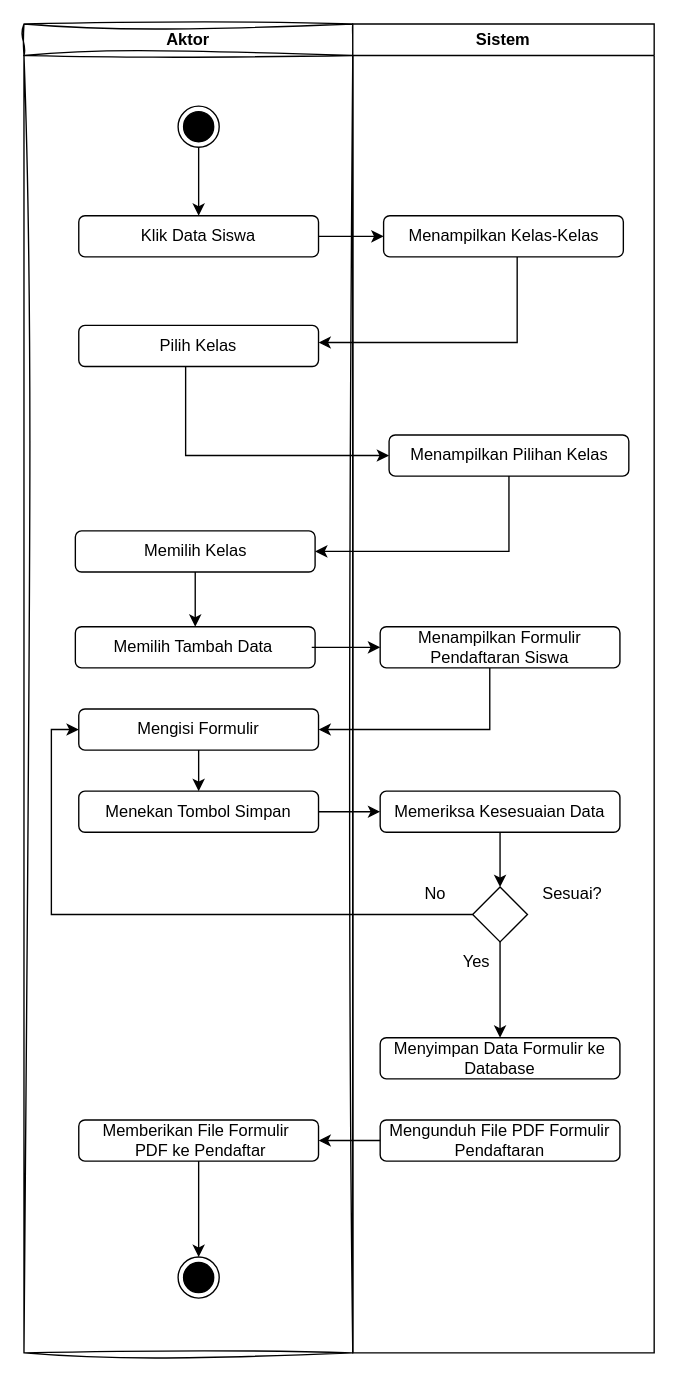
Before: Cros Functional Tambah Data Siswa.drawio in XxGembelxX/Rancangan_KP, a draw.io diagram. Source tidied: cells renumbered, new cells numbered last; positions are measured from the earlier drawing's top-left corner, leaving out a move shared by most shapes. Both pictures are drawn from the tidied source at 137%, with x=0, y=0 at pixel (23, 23).
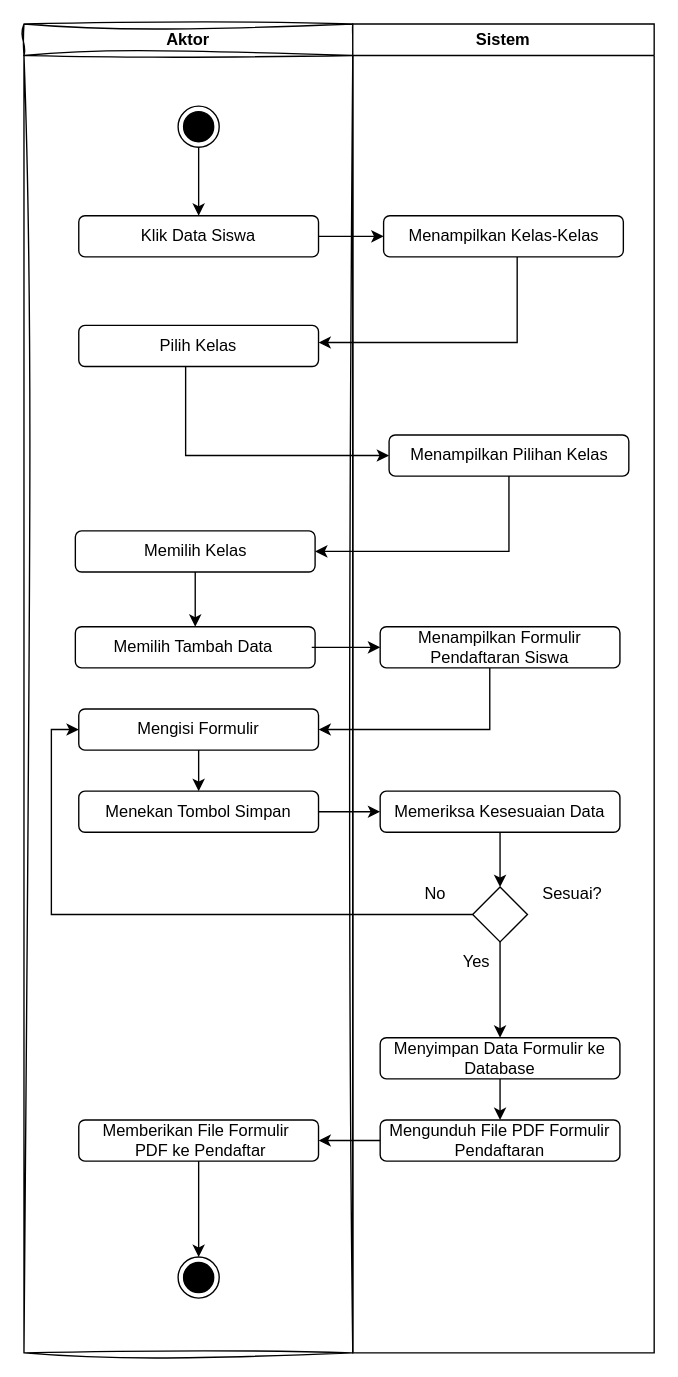
Above is the later version.

The change refers to these unchanged cells:
```xml
<mxCell id="17" value="Sistem" style="swimlane;whiteSpace=wrap;html=1;" parent="1" vertex="1">
  <mxGeometry x="240" width="220" height="970" as="geometry" />
</mxCell>
<mxCell id="28" value="Menyimpan Data Formulir ke Database" style="rounded=1;whiteSpace=wrap;html=1;" parent="17" vertex="1">
  <mxGeometry x="20" y="740" width="175" height="30" as="geometry" />
</mxCell>
<mxCell id="29" value="Mengunduh File PDF Formulir Pendaftaran" style="rounded=1;whiteSpace=wrap;html=1;" parent="17" vertex="1">
  <mxGeometry x="20" y="800" width="175" height="30" as="geometry" />
</mxCell>
```

The edit, as a diff of the source:
```diff
@@
+    <mxCell id="38" style="edgeStyle=orthogonalEdgeStyle;rounded=0;jettySize=auto;html=1;exitX=0.5;exitY=1;exitDx=0;exitDy=0;entryX=0.5;entryY=0;entryDx=0;entryDy=0;" parent="17" edge="1" source="28" target="29">
+      <mxGeometry relative="1" as="geometry" />
+    </mxCell>
```
